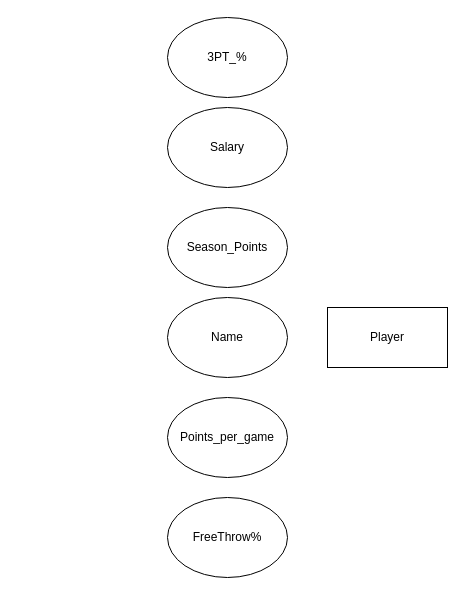
Before: Untitled Diagram.drawio in Enzeiei/Kirai-tte, a draw.io diagram. Source tidied: cells renumbered, new cells numbered last; positions are measured from the earlier drawing's top-left corner, leaving out a move shared by most shapes. Both pictures are drawn from the tidied source at 100%, with x=0, y=0 at pixel (167, 17).
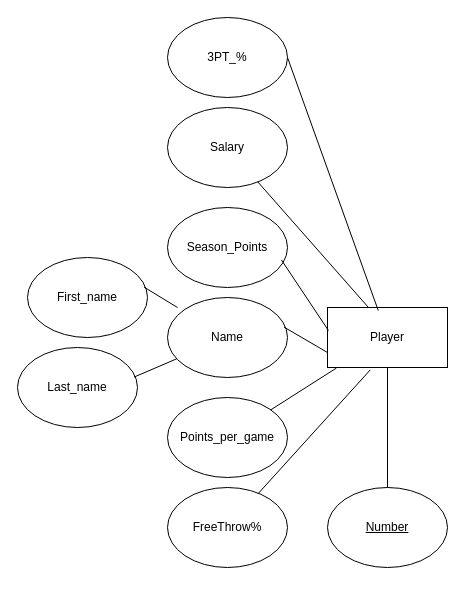
The same diagram, later.

Commit message:
yeah !! names

The change refers to these unchanged cells:
```xml
<mxCell id="2" value="Player" style="rounded=0;whiteSpace=wrap;html=1;" parent="1" vertex="1">
  <mxGeometry x="160" y="290" width="120" height="60" as="geometry" />
</mxCell>
<mxCell id="3" value="Name" style="ellipse;whiteSpace=wrap;html=1;" parent="1" vertex="1">
  <mxGeometry y="280" width="120" height="80" as="geometry" />
</mxCell>
<mxCell id="4" value="Season_Points" style="ellipse;whiteSpace=wrap;html=1;" parent="1" vertex="1">
  <mxGeometry y="190" width="120" height="80" as="geometry" />
</mxCell>
<mxCell id="5" value="Salary" style="ellipse;whiteSpace=wrap;html=1;" parent="1" vertex="1">
  <mxGeometry y="90" width="120" height="80" as="geometry" />
</mxCell>
<mxCell id="6" value="Points_per_game" style="ellipse;whiteSpace=wrap;html=1;" parent="1" vertex="1">
  <mxGeometry y="380" width="120" height="80" as="geometry" />
</mxCell>
<mxCell id="8" value="3PT_%" style="ellipse;whiteSpace=wrap;html=1;" parent="1" vertex="1">
  <mxGeometry width="120" height="80" as="geometry" />
</mxCell>
```

The edit, as a diff of the source:
```diff
@@
     <mxCell id="7" value="FreeThrow%" style="ellipse;whiteSpace=wrap;html=1;" parent="1" vertex="1">
-      <mxGeometry y="480" width="120" height="80" as="geometry" />
+      <mxGeometry y="470" width="120" height="80" as="geometry" />
     </mxCell>
@@
+    <mxCell id="9" style="endArrow=none;html=1;rounded=0;exitX=0.423;exitY=0.05;exitDx=0;exitDy=0;exitPerimeter=0;entryX=1;entryY=0.5;entryDx=0;entryDy=0;" parent="1" edge="1" source="2" target="8">
+      <mxGeometry relative="1" as="geometry" />
+    </mxCell>
+    <mxCell id="10" style="endArrow=none;html=1;rounded=0;exitX=0.423;exitY=0.05;exitDx=0;exitDy=0;exitPerimeter=0;" parent="1" edge="1" target="5">
+      <mxGeometry relative="1" as="geometry">
+        <mxPoint x="201" y="290" as="sourcePoint" />
+      </mxGeometry>
+    </mxCell>
+    <mxCell id="11" style="endArrow=none;html=1;rounded=0;exitX=0.008;exitY=0.384;exitDx=0;exitDy=0;exitPerimeter=0;entryX=0.949;entryY=0.655;entryDx=0;entryDy=0;entryPerimeter=0;" parent="1" edge="1" source="2" target="4">
+      <mxGeometry relative="1" as="geometry" />
+    </mxCell>
+    <mxCell id="12" style="endArrow=none;html=1;rounded=0;exitX=0;exitY=0.75;exitDx=0;exitDy=0;entryX=0.971;entryY=0.37;entryDx=0;entryDy=0;entryPerimeter=0;" parent="1" edge="1" source="2" target="3">
+      <mxGeometry relative="1" as="geometry" />
+    </mxCell>
+    <mxCell id="13" style="endArrow=none;html=1;rounded=0;exitX=0.074;exitY=1.01;exitDx=0;exitDy=0;exitPerimeter=0;" parent="1" edge="1" source="2" target="6">
+      <mxGeometry relative="1" as="geometry" />
+    </mxCell>
+    <mxCell id="14" style="endArrow=none;html=1;rounded=0;exitX=0.357;exitY=1.039;exitDx=0;exitDy=0;exitPerimeter=0;" parent="1" edge="1" source="2" target="7">
+      <mxGeometry relative="1" as="geometry" />
+    </mxCell>
+    <mxCell id="15" value="&lt;u&gt;Number&lt;/u&gt;" style="ellipse;whiteSpace=wrap;html=1;" parent="1" vertex="1">
+      <mxGeometry x="160" y="470" width="120" height="80" as="geometry" />
+    </mxCell>
+    <mxCell id="16" style="endArrow=none;html=1;rounded=0;exitX=0.5;exitY=1;exitDx=0;exitDy=0;entryX=0.5;entryY=0;entryDx=0;entryDy=0;" parent="1" edge="1" source="2" target="15">
+      <mxGeometry relative="1" as="geometry" />
+    </mxCell>
+    <mxCell id="17" value="Last_name" style="ellipse;whiteSpace=wrap;html=1;" parent="1" vertex="1">
+      <mxGeometry x="-150" y="330" width="120" height="80" as="geometry" />
+    </mxCell>
+    <mxCell id="18" style="endArrow=none;html=1;rounded=0;entryX=0.971;entryY=0.37;entryDx=0;entryDy=0;entryPerimeter=0;" parent="1" edge="1" source="3" target="17">
+      <mxGeometry relative="1" as="geometry" />
+    </mxCell>
+    <mxCell id="19" value="First_name" style="ellipse;whiteSpace=wrap;html=1;" parent="1" vertex="1">
+      <mxGeometry x="-140" y="240" width="120" height="80" as="geometry" />
+    </mxCell>
+    <mxCell id="20" style="endArrow=none;html=1;rounded=0;entryX=0.971;entryY=0.37;entryDx=0;entryDy=0;entryPerimeter=0;" parent="1" edge="1" target="19">
+      <mxGeometry relative="1" as="geometry">
+        <mxPoint x="10" y="290" as="sourcePoint" />
+      </mxGeometry>
+    </mxCell>
```
